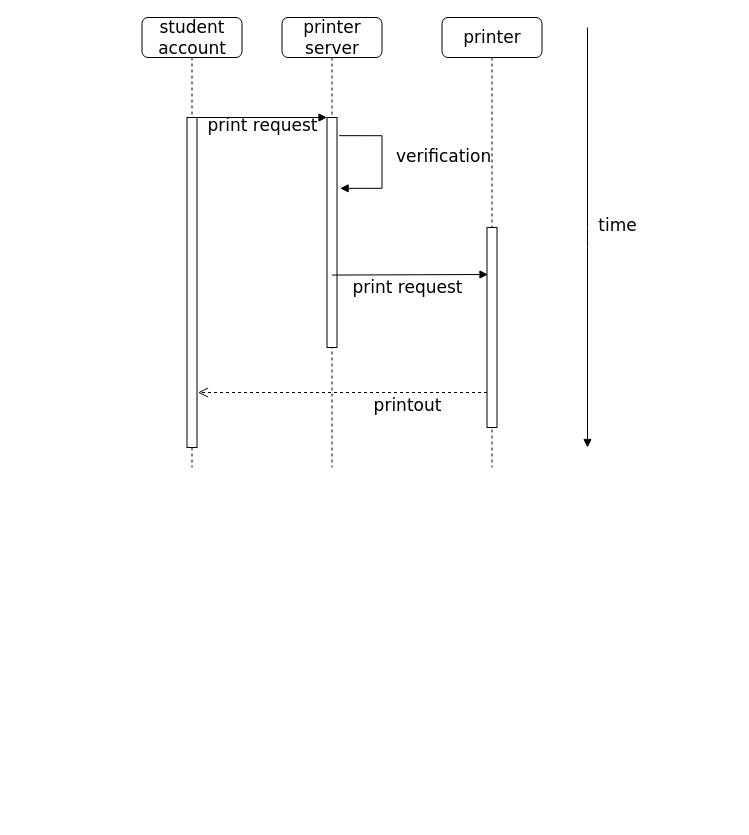
Earlier version of the draw.io diagram page "Q1(2)" (2 of 3) of Assignment5.drawio (LI-YUXIN-Ryan-Garcia/CSCI3100Assignment). Source tidied: cells renumbered, new cells numbered last; positions are measured from the earlier drawing's top-left corner, leaving out a move shared by most shapes. Both pictures are drawn from the tidied source at 100%, with x=0, y=0 at pixel (141, 17).
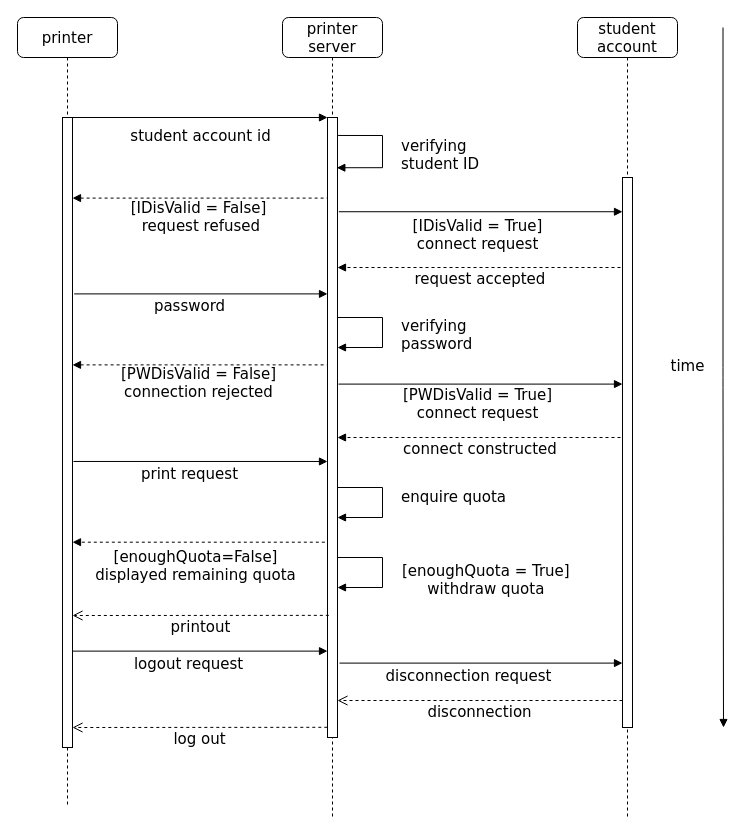
The same diagram, later.

The edit, as a diff of the source:
```diff
@@
-    <mxCell id="2" value="printer server&lt;br style=&quot;font-size: 17px;&quot;&gt;" style="shape=umlLifeline;perimeter=lifelinePerimeter;whiteSpace=wrap;html=1;rounded=1;shadow=0;comic=0;labelBackgroundColor=none;strokeColor=#000000;strokeWidth=1;fillColor=#FFFFFF;fontFamily=Verdana;fontSize=17;fontColor=#000000;align=center;" parent="1" vertex="1">
-      <mxGeometry x="140.5" width="100" height="450" as="geometry" />
+    <mxCell id="2" value="printer server&lt;br style=&quot;font-size: 15px;&quot;&gt;" style="shape=umlLifeline;perimeter=lifelinePerimeter;whiteSpace=wrap;html=1;rounded=1;shadow=0;comic=0;labelBackgroundColor=none;strokeColor=#000000;strokeWidth=1;fillColor=#FFFFFF;fontFamily=Verdana;fontSize=15;fontColor=#000000;align=center;" parent="1" vertex="1">
+      <mxGeometry x="141" width="100" height="800" as="geometry" />
     </mxCell>
-    <mxCell id="3" style="html=1;points=[];perimeter=orthogonalPerimeter;rounded=0;shadow=0;comic=0;labelBackgroundColor=none;strokeColor=#000000;strokeWidth=1;fillColor=#FFFFFF;fontFamily=Verdana;fontSize=17;fontColor=#000000;align=center;" parent="2" vertex="1">
-      <mxGeometry x="45" y="100" width="10" height="230" as="geometry" />
+    <mxCell id="3" style="html=1;points=[];perimeter=orthogonalPerimeter;rounded=0;shadow=0;comic=0;labelBackgroundColor=none;strokeColor=#000000;strokeWidth=1;fillColor=#FFFFFF;fontFamily=Verdana;fontSize=15;fontColor=#000000;align=center;" parent="2" vertex="1">
+      <mxGeometry x="45" y="100" width="10" height="620" as="geometry" />
     </mxCell>
-    <mxCell id="4" value="verification" style="edgeStyle=orthogonalEdgeStyle;html=1;align=left;spacingLeft=2;endArrow=block;rounded=0;fontSize=17;entryX=1.312;entryY=0.308;entryDx=0;entryDy=0;entryPerimeter=0;exitX=1.218;exitY=0.079;exitDx=0;exitDy=0;exitPerimeter=0;fontFamily=Verdana;" parent="2" edge="1" source="3" target="3">
-      <mxGeometry x="-0.37" y="-23" relative="1" as="geometry">
+    <mxCell id="4" value="verifying&lt;br style=&quot;font-size: 15px;&quot;&gt;student ID&lt;br style=&quot;font-size: 15px;&quot;&gt;" style="edgeStyle=orthogonalEdgeStyle;html=1;align=left;spacingLeft=2;endArrow=block;rounded=0;fontSize=15;exitX=1.062;exitY=0.029;exitDx=0;exitDy=0;exitPerimeter=0;fontFamily=Verdana;labelBorderColor=none;entryX=0.934;entryY=0.081;entryDx=0;entryDy=0;entryPerimeter=0;" parent="2" edge="1" source="3" target="3">
+      <mxGeometry x="0.03" y="15" relative="1" as="geometry">
         <Array as="points">
-          <mxPoint x="100" y="119" />
-          <mxPoint x="100" y="170" />
+          <mxPoint x="100" y="118" />
+          <mxPoint x="100" y="150" />
         </Array>
-        <mxPoint x="33" y="21" as="offset" />
       </mxGeometry>
     </mxCell>
+    <mxCell id="13" value="verifying&lt;br style=&quot;font-size: 15px&quot;&gt;password&lt;br style=&quot;font-size: 15px&quot;&gt;" style="edgeStyle=orthogonalEdgeStyle;html=1;align=left;spacingLeft=2;endArrow=block;rounded=0;fontSize=15;fontFamily=Verdana;labelBorderColor=none;" parent="2" edge="1" source="3" target="3">
+      <mxGeometry x="0.03" y="15" relative="1" as="geometry">
+        <Array as="points">
+          <mxPoint x="100" y="300" />
+          <mxPoint x="100" y="330" />
+        </Array>
+      </mxGeometry>
+    </mxCell>
+    <mxCell id="14" value="enquire quota&lt;br style=&quot;font-size: 15px&quot;&gt;" style="edgeStyle=orthogonalEdgeStyle;html=1;align=left;spacingLeft=2;endArrow=block;rounded=0;fontSize=15;fontFamily=Verdana;labelBorderColor=none;" parent="2" edge="1" source="3" target="3">
+      <mxGeometry x="-0.25" y="-18" relative="1" as="geometry">
+        <Array as="points">
+          <mxPoint x="100" y="470" />
+          <mxPoint x="100" y="500" />
+        </Array>
+        <mxPoint x="33" y="9" as="offset" />
+      </mxGeometry>
+    </mxCell>
+    <mxCell id="15" value="&lt;div style=&quot;text-align: center&quot;&gt;[enoughQuota = True]&lt;/div&gt;&lt;div style=&quot;text-align: center&quot;&gt;withdraw quota&lt;/div&gt;" style="edgeStyle=orthogonalEdgeStyle;html=1;align=left;spacingLeft=2;endArrow=block;rounded=0;fontSize=15;fontFamily=Verdana;labelBorderColor=none;" parent="2" edge="1" source="3" target="3">
+      <mxGeometry x="-0.26" y="-12" relative="1" as="geometry">
+        <Array as="points">
+          <mxPoint x="100" y="540" />
+          <mxPoint x="100" y="570" />
+        </Array>
+        <mxPoint x="17" y="10" as="offset" />
+      </mxGeometry>
+    </mxCell>
-    <mxCell id="5" value="printer" style="shape=umlLifeline;perimeter=lifelinePerimeter;whiteSpace=wrap;html=1;rounded=1;shadow=0;comic=0;labelBackgroundColor=none;strokeColor=#000000;strokeWidth=1;fillColor=#FFFFFF;fontFamily=Verdana;fontSize=17;fontColor=#000000;align=center;" parent="1" vertex="1">
-      <mxGeometry x="300.5" width="100" height="450" as="geometry" />
+    <mxCell id="5" value="student account" style="shape=umlLifeline;perimeter=lifelinePerimeter;whiteSpace=wrap;html=1;rounded=1;shadow=0;comic=0;labelBackgroundColor=none;strokeColor=#000000;strokeWidth=1;fillColor=#FFFFFF;fontFamily=Verdana;fontSize=15;fontColor=#000000;align=center;" parent="1" vertex="1">
+      <mxGeometry x="436" width="100" height="800" as="geometry" />
     </mxCell>
-    <mxCell id="6" style="html=1;points=[];perimeter=orthogonalPerimeter;rounded=0;shadow=0;comic=0;labelBackgroundColor=none;strokeColor=#000000;strokeWidth=1;fillColor=#FFFFFF;fontFamily=Verdana;fontSize=17;fontColor=#000000;align=center;" parent="5" vertex="1">
-      <mxGeometry x="45" y="210" width="10" height="200" as="geometry" />
+    <mxCell id="6" style="html=1;points=[];perimeter=orthogonalPerimeter;rounded=0;shadow=0;comic=0;labelBackgroundColor=none;strokeColor=#000000;strokeWidth=1;fillColor=#FFFFFF;fontFamily=Verdana;fontSize=15;fontColor=#000000;align=center;" parent="5" vertex="1">
+      <mxGeometry x="45" y="160" width="10" height="550" as="geometry" />
     </mxCell>
-    <mxCell id="7" value="student account" style="shape=umlLifeline;perimeter=lifelinePerimeter;whiteSpace=wrap;html=1;rounded=1;shadow=0;comic=0;labelBackgroundColor=none;strokeColor=#000000;strokeWidth=1;fillColor=#FFFFFF;fontFamily=Verdana;fontSize=17;fontColor=#000000;align=center;" parent="1" vertex="1">
-      <mxGeometry x="0.5" width="100" height="450" as="geometry" />
+    <mxCell id="7" value="printer" style="shape=umlLifeline;perimeter=lifelinePerimeter;whiteSpace=wrap;html=1;rounded=1;shadow=0;comic=0;labelBackgroundColor=none;strokeColor=#000000;strokeWidth=1;fillColor=#FFFFFF;fontFamily=Verdana;fontSize=15;fontColor=#000000;align=center;" parent="1" vertex="1">
+      <mxGeometry x="-124" width="100" height="790" as="geometry" />
     </mxCell>
-    <mxCell id="8" style="html=1;points=[];perimeter=orthogonalPerimeter;rounded=0;shadow=0;comic=0;labelBackgroundColor=none;strokeColor=#000000;strokeWidth=1;fillColor=#FFFFFF;fontFamily=Verdana;fontSize=17;fontColor=#000000;align=center;" parent="7" vertex="1">
-      <mxGeometry x="45" y="100" width="10" height="330" as="geometry" />
+    <mxCell id="8" style="html=1;points=[];perimeter=orthogonalPerimeter;rounded=0;shadow=0;comic=0;labelBackgroundColor=none;strokeColor=#000000;strokeWidth=1;fillColor=#FFFFFF;fontFamily=Verdana;fontSize=15;fontColor=#000000;align=center;" parent="7" vertex="1">
+      <mxGeometry x="45" y="100" width="10" height="630" as="geometry" />
     </mxCell>
-    <mxCell id="9" value="print request" style="html=1;verticalAlign=bottom;endArrow=block;labelBackgroundColor=none;fontFamily=Verdana;fontSize=17;exitX=0.5;exitY=0.685;exitDx=0;exitDy=0;exitPerimeter=0;" parent="1" edge="1" source="3">
-      <mxGeometry x="-0.04" y="-25" relative="1" as="geometry">
-        <mxPoint x="346.5" y="257" as="targetPoint" />
-      </mxGeometry>
+    <mxCell id="9" value="[IDisValid = True]&lt;br&gt;connect request" style="html=1;verticalAlign=bottom;endArrow=block;labelBackgroundColor=none;fontFamily=Verdana;fontSize=15;exitX=1.133;exitY=0.152;exitDx=0;exitDy=0;exitPerimeter=0;" parent="1" edge="1" source="3" target="6">
+      <mxGeometry x="-0.02" y="-44" relative="1" as="geometry" />
     </mxCell>
-    <mxCell id="10" value="printout" style="html=1;verticalAlign=bottom;endArrow=open;dashed=1;endSize=8;labelBackgroundColor=none;fontFamily=Verdana;fontSize=17;edgeStyle=elbowEdgeStyle;elbow=vertical;entryX=1.1;entryY=0.834;entryDx=0;entryDy=0;entryPerimeter=0;fontStyle=0;" parent="1" edge="1" source="6" target="8">
-      <mxGeometry x="-0.45" y="25" relative="1" as="geometry" />
+    <mxCell id="10" value="printout" style="html=1;verticalAlign=bottom;endArrow=open;dashed=1;endSize=8;labelBackgroundColor=none;fontFamily=Verdana;fontSize=15;edgeStyle=elbowEdgeStyle;elbow=vertical;fontStyle=0;exitX=0.133;exitY=0.803;exitDx=0;exitDy=0;exitPerimeter=0;" parent="1" edge="1" source="3" target="8">
+      <mxGeometry y="23" relative="1" as="geometry" />
     </mxCell>
-    <mxCell id="11" value="print request" style="html=1;verticalAlign=bottom;endArrow=block;entryX=0;entryY=0;labelBackgroundColor=none;fontFamily=Verdana;fontSize=17;edgeStyle=elbowEdgeStyle;elbow=vertical;" parent="1" edge="1" source="8" target="3">
-      <mxGeometry y="-20" relative="1" as="geometry" />
+    <mxCell id="11" value="student account id&lt;br style=&quot;font-size: 15px;&quot;&gt;" style="html=1;verticalAlign=bottom;endArrow=block;entryX=0;entryY=0;labelBackgroundColor=none;fontFamily=Verdana;fontSize=15;edgeStyle=elbowEdgeStyle;elbow=vertical;" parent="1" edge="1" source="8" target="3">
+      <mxGeometry y="-30" relative="1" as="geometry" />
     </mxCell>
-    <mxCell id="12" value="time" style="html=1;verticalAlign=bottom;endArrow=block;labelBackgroundColor=none;fontFamily=Verdana;fontSize=17;edgeStyle=elbowEdgeStyle;elbow=vertical;" parent="1" edge="1">
-      <mxGeometry y="30" relative="1" as="geometry">
-        <mxPoint x="446" y="10" as="sourcePoint" />
-        <mxPoint x="446" y="430" as="targetPoint" />
+    <mxCell id="12" value="time" style="html=1;verticalAlign=bottom;endArrow=block;labelBackgroundColor=none;fontFamily=Verdana;fontSize=15;edgeStyle=elbowEdgeStyle;elbow=vertical;" parent="1" edge="1">
+      <mxGeometry y="-36" relative="1" as="geometry">
+        <mxPoint x="581.5" y="10" as="sourcePoint" />
+        <mxPoint x="582" y="710" as="targetPoint" />
+        <mxPoint x="-36" y="-36" as="offset" />
       </mxGeometry>
     </mxCell>
+    <mxCell id="16" value="&amp;nbsp;request accepted" style="html=1;verticalAlign=bottom;endArrow=block;labelBackgroundColor=none;fontFamily=Verdana;fontSize=15;dashed=1;" parent="1" edge="1" target="3">
+      <mxGeometry x="0.01" y="23" relative="1" as="geometry">
+        <mxPoint x="479" y="250" as="sourcePoint" />
+      </mxGeometry>
+    </mxCell>
+    <mxCell id="17" value="password" style="html=1;verticalAlign=bottom;endArrow=block;labelBackgroundColor=none;fontFamily=Verdana;fontSize=15;exitX=1.167;exitY=0.28;exitDx=0;exitDy=0;exitPerimeter=0;" parent="1" edge="1" source="8" target="3">
+      <mxGeometry x="-0.09" y="-24" relative="1" as="geometry" />
+    </mxCell>
+    <mxCell id="18" value="[IDisValid = False]&lt;br&gt;&amp;nbsp;request refused" style="html=1;verticalAlign=bottom;endArrow=none;labelBackgroundColor=none;fontFamily=Verdana;fontSize=15;endFill=0;startArrow=block;startFill=1;dashed=1;entryX=0;entryY=0.13;entryDx=0;entryDy=0;entryPerimeter=0;" parent="1" edge="1" source="8" target="3">
+      <mxGeometry x="-0.01" y="-39" relative="1" as="geometry" />
+    </mxCell>
+    <mxCell id="19" value="print request" style="html=1;verticalAlign=bottom;endArrow=block;labelBackgroundColor=none;fontFamily=Verdana;fontSize=15;exitX=1.1;exitY=0.546;exitDx=0;exitDy=0;exitPerimeter=0;" parent="1" edge="1" source="8" target="3">
+      <mxGeometry x="-0.09" y="-24" relative="1" as="geometry" />
+    </mxCell>
+    <mxCell id="20" value="[PWDisValid = False]&lt;br&gt;connection rejected" style="html=1;verticalAlign=bottom;endArrow=none;labelBackgroundColor=none;fontFamily=Verdana;fontSize=15;endFill=0;startArrow=block;startFill=1;dashed=1;entryX=-0.067;entryY=0.399;entryDx=0;entryDy=0;entryPerimeter=0;" parent="1" edge="1" source="8" target="3">
+      <mxGeometry x="-0.01" y="-39" relative="1" as="geometry" />
+    </mxCell>
+    <mxCell id="21" value="[PWDisValid = True]&lt;br&gt;connect request" style="html=1;verticalAlign=bottom;endArrow=block;labelBackgroundColor=none;fontFamily=Verdana;fontSize=15;exitX=1.1;exitY=0.43;exitDx=0;exitDy=0;exitPerimeter=0;" parent="1" edge="1" source="3" target="6">
+      <mxGeometry x="-0.02" y="-40" relative="1" as="geometry" />
+    </mxCell>
+    <mxCell id="22" value="&amp;nbsp;connect constructed" style="html=1;verticalAlign=bottom;endArrow=block;labelBackgroundColor=none;fontFamily=Verdana;fontSize=15;dashed=1;" parent="1" edge="1" target="3">
+      <mxGeometry x="0.01" y="23" relative="1" as="geometry">
+        <mxPoint x="479" y="420" as="sourcePoint" />
+      </mxGeometry>
+    </mxCell>
+    <mxCell id="23" value="[enoughQuota=False]&lt;br&gt;displayed remaining quota&lt;br&gt;" style="html=1;verticalAlign=bottom;endArrow=block;labelBackgroundColor=none;fontFamily=Verdana;fontSize=15;dashed=1;exitX=-0.267;exitY=0.685;exitDx=0;exitDy=0;exitPerimeter=0;" parent="1" edge="1" source="3" target="8">
+      <mxGeometry x="0.02" y="44" relative="1" as="geometry" />
+    </mxCell>
+    <mxCell id="24" value="logout request" style="html=1;verticalAlign=bottom;endArrow=block;labelBackgroundColor=none;fontFamily=Verdana;fontSize=15;exitX=1.033;exitY=0.847;exitDx=0;exitDy=0;exitPerimeter=0;" parent="1" edge="1" source="8" target="3">
+      <mxGeometry x="-0.09" y="-24" relative="1" as="geometry" />
+    </mxCell>
+    <mxCell id="25" value="disconnection request" style="html=1;verticalAlign=bottom;endArrow=block;labelBackgroundColor=none;fontFamily=Verdana;fontSize=15;exitX=1.2;exitY=0.88;exitDx=0;exitDy=0;exitPerimeter=0;" parent="1" edge="1" source="3" target="6">
+      <mxGeometry x="-0.09" y="-24" relative="1" as="geometry" />
+    </mxCell>
+    <mxCell id="26" value="disconnection" style="html=1;verticalAlign=bottom;endArrow=open;dashed=1;endSize=8;labelBackgroundColor=none;fontFamily=Verdana;fontSize=15;edgeStyle=elbowEdgeStyle;elbow=vertical;fontStyle=0;entryX=1;entryY=0.941;entryDx=0;entryDy=0;entryPerimeter=0;" parent="1" edge="1" source="6" target="3">
+      <mxGeometry y="23" relative="1" as="geometry" />
+    </mxCell>
+    <mxCell id="27" value="log out" style="html=1;verticalAlign=bottom;endArrow=open;dashed=1;endSize=8;labelBackgroundColor=none;fontFamily=Verdana;fontSize=15;edgeStyle=elbowEdgeStyle;elbow=vertical;fontStyle=0;exitX=0.133;exitY=0.803;exitDx=0;exitDy=0;exitPerimeter=0;" parent="1" edge="1" target="8">
+      <mxGeometry y="23" relative="1" as="geometry">
+        <mxPoint x="185.8" y="709.8" as="sourcePoint" />
+        <Array as="points">
+          <mxPoint x="146" y="710" />
+        </Array>
+      </mxGeometry>
+    </mxCell>
```
